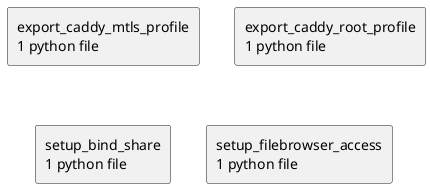
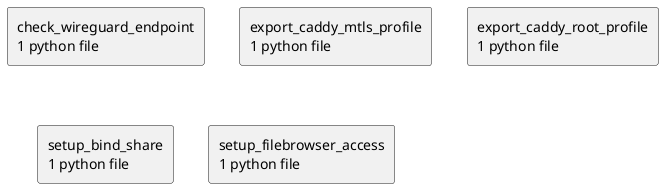
@startuml packages_snowbridge
set namespaceSeparator none
top to bottom direction
skinparam componentStyle rectangle
+ rectangle "check_wireguard_endpoint\n1 python file" as check_wireguard_endpoint
rectangle "export_caddy_mtls_profile\n1 python file" as export_caddy_mtls_profile
rectangle "export_caddy_root_profile\n1 python file" as export_caddy_root_profile
rectangle "setup_bind_share\n1 python file" as setup_bind_share
rectangle "setup_filebrowser_access\n1 python file" as setup_filebrowser_access
@enduml
